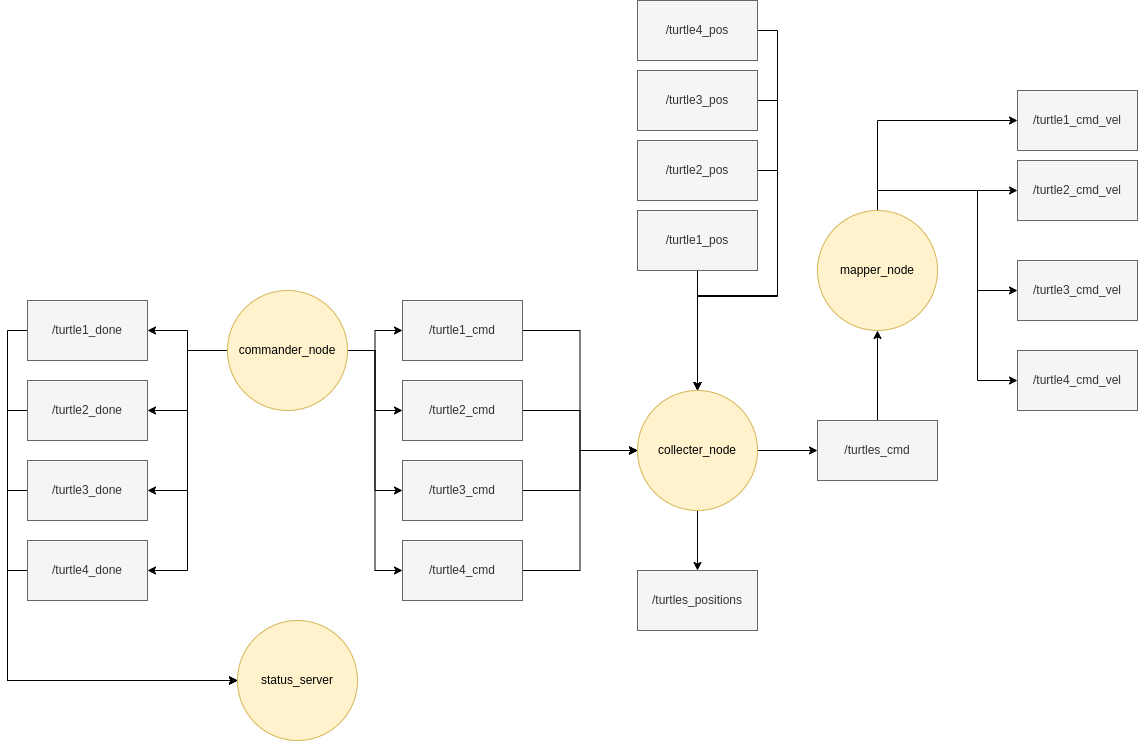
Before: labs/homeworks/homework1/media/Intro2ROS-homework.png, a diagram exported from draw.io (GPrathap/ros_intro). Source tidied: cells renumbered, new cells last; positions are measured from the earlier drawing's top-left corner, leaving out a move shared by most shapes.
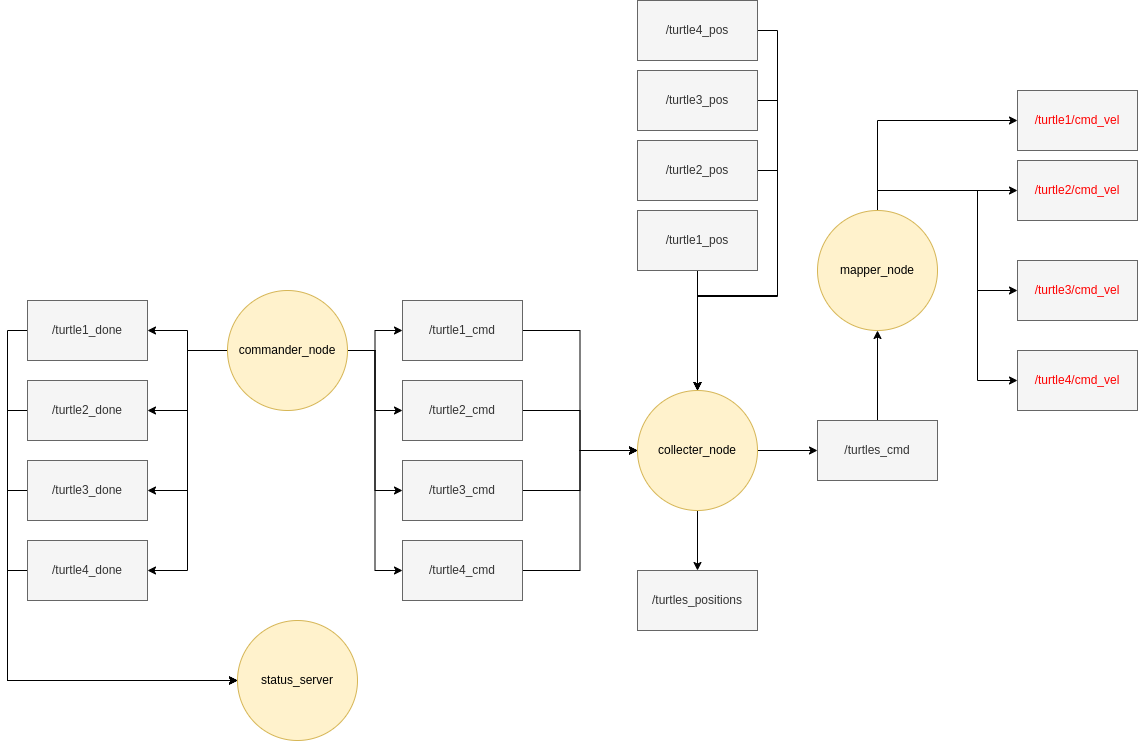
After the change.

Commit message:
[Homeworks] Fix small mistake in homework1 figure

Diff of the diagram source:
```diff
@@ -146,16 +146,16 @@
     <mxCell id="45" value="mapper_node" style="ellipse;whiteSpace=wrap;html=1;fillColor=#fff2cc;strokeColor=#d6b656;" parent="1" vertex="1">
       <mxGeometry x="790" y="210" width="120" height="120" as="geometry" />
     </mxCell>
-    <mxCell id="46" value="/turtle1_cmd_vel" style="rounded=0;whiteSpace=wrap;html=1;fillColor=#f5f5f5;fontColor=#333333;strokeColor=#666666;" parent="1" vertex="1">
+    <mxCell id="46" value="&lt;font color=&quot;#ff0000&quot;&gt;/turtle1/cmd_vel&lt;/font&gt;" style="rounded=0;whiteSpace=wrap;html=1;fillColor=#f5f5f5;fontColor=#333333;strokeColor=#666666;" parent="1" vertex="1">
       <mxGeometry x="990" y="90" width="120" height="60" as="geometry" />
     </mxCell>
-    <mxCell id="47" value="/turtle2_cmd_vel" style="rounded=0;whiteSpace=wrap;html=1;fillColor=#f5f5f5;fontColor=#333333;strokeColor=#666666;" parent="1" vertex="1">
+    <mxCell id="47" value="&lt;font color=&quot;#ff0000&quot;&gt;/turtle2/cmd_vel&lt;/font&gt;" style="rounded=0;whiteSpace=wrap;html=1;fillColor=#f5f5f5;fontColor=#333333;strokeColor=#666666;" parent="1" vertex="1">
       <mxGeometry x="990" y="160" width="120" height="60" as="geometry" />
     </mxCell>
-    <mxCell id="48" value="/turtle3_cmd_vel" style="rounded=0;whiteSpace=wrap;html=1;fillColor=#f5f5f5;fontColor=#333333;strokeColor=#666666;" parent="1" vertex="1">
+    <mxCell id="48" value="&lt;font color=&quot;#ff0000&quot;&gt;/turtle3/cmd_vel&lt;/font&gt;" style="rounded=0;whiteSpace=wrap;html=1;fillColor=#f5f5f5;fontColor=#333333;strokeColor=#666666;" parent="1" vertex="1">
       <mxGeometry x="990" y="260" width="120" height="60" as="geometry" />
     </mxCell>
-    <mxCell id="49" value="/turtle4_cmd_vel" style="rounded=0;whiteSpace=wrap;html=1;fillColor=#f5f5f5;fontColor=#333333;strokeColor=#666666;" parent="1" vertex="1">
+    <mxCell id="49" value="&lt;font color=&quot;#ff0000&quot;&gt;/turtle4/cmd_vel&lt;/font&gt;" style="rounded=0;whiteSpace=wrap;html=1;fillColor=#f5f5f5;fontColor=#333333;strokeColor=#666666;" parent="1" vertex="1">
       <mxGeometry x="990" y="350" width="120" height="60" as="geometry" />
     </mxCell>
     <mxCell id="50" value="status_server" style="ellipse;whiteSpace=wrap;html=1;fillColor=#fff2cc;strokeColor=#d6b656;" parent="1" vertex="1">
```
